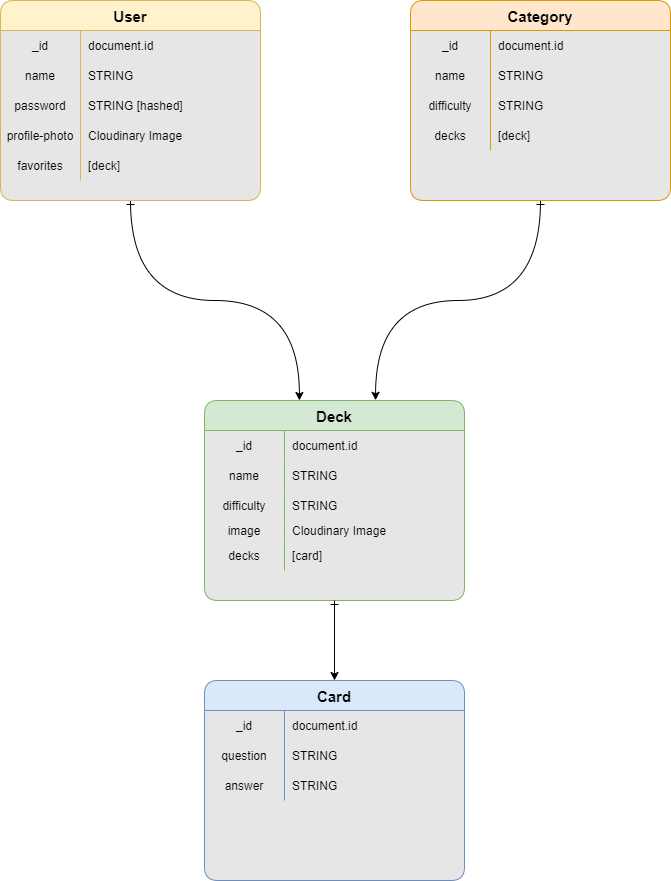
Above: DevelUp-ERD.drawio.png in br1anlee/Develup-client (draw.io), before the change. Source tidied: cells renumbered, new cells last; positions are measured from the earlier drawing's top-left corner, leaving out a move shared by most shapes.
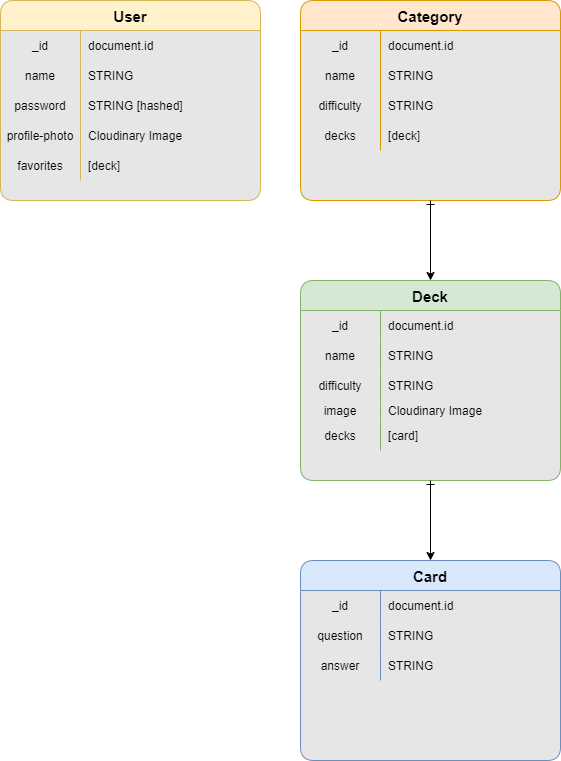
The same file after the commit.

What changed in the source:
```diff
@@ -3,7 +3,7 @@
     <mxCell id="0" />
     <mxCell id="1" parent="0" />
     <mxCell id="2" value="User" style="shape=table;startSize=30;rowLines=0;fontStyle=1;align=center;rounded=1;swimlaneFillColor=#E6E6E6;fillColor=#fff2cc;strokeColor=#d6b656;fontSize=15;fontFamily=Helvetica;" parent="1" vertex="1">
-      <mxGeometry width="260" height="200" as="geometry" />
+      <mxGeometry x="40" width="260" height="200" as="geometry" />
     </mxCell>
     <mxCell id="3" style="shape=tableRow;horizontal=0;startSize=0;swimlaneHead=0;swimlaneBody=0;fillColor=none;top=0;left=0;right=0;bottom=0;fontFamily=Helvetica;" parent="2" vertex="1">
       <mxGeometry y="30" width="260" height="30" as="geometry" />
@@ -51,7 +51,7 @@
       <mxGeometry x="80" width="180" height="30" as="geometry" />
     </mxCell>
     <mxCell id="18" value="Category" style="shape=table;startSize=30;rowLines=0;fontStyle=1;align=center;rounded=1;fillColor=#ffe6cc;strokeColor=#d79b00;swimlaneFillColor=#E6E6E6;fontSize=15;fontFamily=Helvetica;" parent="1" vertex="1">
-      <mxGeometry x="410" width="260" height="200" as="geometry" />
+      <mxGeometry x="340" width="260" height="200" as="geometry" />
     </mxCell>
     <mxCell id="19" style="shape=tableRow;horizontal=0;startSize=0;swimlaneHead=0;swimlaneBody=0;fillColor=none;top=0;left=0;right=0;bottom=0;rounded=1;fontFamily=Helvetica;" parent="18" vertex="1">
       <mxGeometry y="30" width="260" height="30" as="geometry" />
@@ -90,7 +90,7 @@
       <mxGeometry x="80" width="180" height="30" as="geometry" />
     </mxCell>
     <mxCell id="31" value="Card" style="shape=table;startSize=30;rowLines=0;fontStyle=1;align=center;rounded=1;fillColor=#dae8fc;strokeColor=#6c8ebf;swimlaneFillColor=#E6E6E6;fontSize=15;fontFamily=Helvetica;" parent="1" vertex="1">
-      <mxGeometry x="204" y="680" width="260" height="200" as="geometry" />
+      <mxGeometry x="340" y="560" width="260" height="200" as="geometry" />
     </mxCell>
     <mxCell id="32" style="shape=tableRow;horizontal=0;startSize=0;swimlaneHead=0;swimlaneBody=0;fillColor=none;top=0;left=0;right=0;bottom=0;rounded=1;fontFamily=Helvetica;" parent="31" vertex="1">
       <mxGeometry y="30" width="260" height="30" as="geometry" />
@@ -120,7 +120,7 @@
       <mxGeometry x="80" width="180" height="30" as="geometry" />
     </mxCell>
     <mxCell id="41" value="Deck" style="shape=table;startSize=30;rowLines=0;fontStyle=1;align=center;rounded=1;fillColor=#d5e8d4;strokeColor=#82b366;swimlaneFillColor=#E6E6E6;fontSize=15;fontFamily=Helvetica;" parent="1" vertex="1">
-      <mxGeometry x="204" y="400" width="260" height="200" as="geometry" />
+      <mxGeometry x="340" y="280" width="260" height="200" as="geometry" />
     </mxCell>
     <mxCell id="42" style="shape=tableRow;horizontal=0;startSize=0;swimlaneHead=0;swimlaneBody=0;fillColor=none;top=0;left=0;right=0;bottom=0;rounded=1;fontFamily=Helvetica;" parent="41" vertex="1">
       <mxGeometry y="30" width="260" height="30" as="geometry" />
@@ -167,10 +167,7 @@
     <mxCell id="56" value="[card]" style="shape=partialRectangle;fillColor=none;top=0;left=0;bottom=0;right=0;align=left;spacingLeft=6;overflow=hidden;rounded=1;fontFamily=Helvetica;" parent="54" vertex="1">
       <mxGeometry x="80" width="180" height="30" as="geometry" />
     </mxCell>
-    <mxCell id="57" style="edgeStyle=orthogonalEdgeStyle;fontSize=12;html=1;endArrow=classic;endFill=1;rounded=0;startArrow=ERone;startFill=0;jumpStyle=arc;fontFamily=Helvetica;curved=1;entryX=0.365;entryY=0;entryDx=0;entryDy=0;entryPerimeter=0;exitX=0.5;exitY=1;exitDx=0;exitDy=0;" parent="1" edge="1" source="2" target="41">
-      <mxGeometry relative="1" as="geometry" />
-    </mxCell>
-    <mxCell id="58" style="edgeStyle=orthogonalEdgeStyle;fontSize=12;html=1;endArrow=classic;endFill=1;rounded=0;startArrow=ERone;startFill=0;jumpStyle=arc;fontFamily=Helvetica;curved=1;entryX=0.658;entryY=-0.001;entryDx=0;entryDy=0;entryPerimeter=0;exitX=0.5;exitY=1;exitDx=0;exitDy=0;" parent="1" edge="1" source="18" target="41">
+    <mxCell id="58" style="edgeStyle=orthogonalEdgeStyle;fontSize=12;html=1;endArrow=classic;endFill=1;rounded=0;startArrow=ERone;startFill=0;jumpStyle=arc;fontFamily=Helvetica;curved=1;entryX=0.5;entryY=0;entryDx=0;entryDy=0;exitX=0.5;exitY=1;exitDx=0;exitDy=0;" parent="1" edge="1" source="18" target="41">
       <mxGeometry relative="1" as="geometry" />
     </mxCell>
     <mxCell id="59" style="edgeStyle=orthogonalEdgeStyle;fontSize=12;html=1;endArrow=classic;endFill=1;rounded=0;startArrow=ERone;startFill=0;jumpStyle=arc;fontFamily=Helvetica;curved=1;entryX=0.5;entryY=0;entryDx=0;entryDy=0;exitX=0.5;exitY=1;exitDx=0;exitDy=0;" parent="1" edge="1" source="41" target="31">
```
